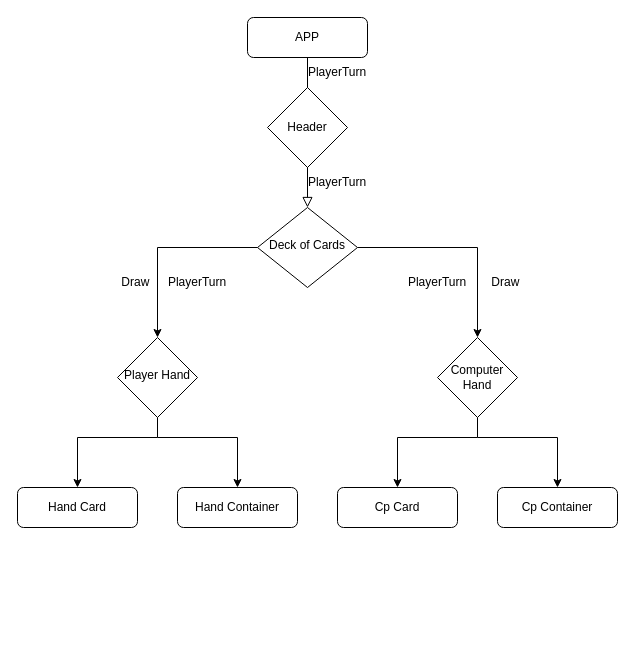
This is Untitled Diagram.drawio from djmcgrath/Go-Fish, a draw.io file, before an edit. Source tidied: cells renumbered, new cells numbered last; positions are measured from the earlier drawing's top-left corner, leaving out a move shared by most shapes. Both pictures are drawn from the tidied source at 100%, with x=0, y=0 at pixel (17, 17).
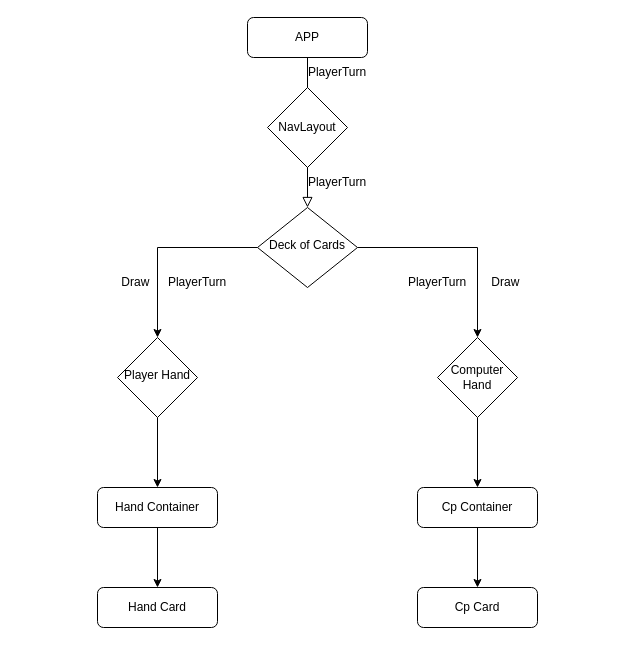
The same page after the edit.

Commit message:
Hopefully final diagram

The change refers to these unchanged cells:
```xml
<mxCell id="6" value="Player Hand" style="rhombus;whiteSpace=wrap;html=1;shadow=0;fontFamily=Helvetica;fontSize=12;align=center;strokeWidth=1;spacing=6;spacingTop=-4;" parent="1" vertex="1">
  <mxGeometry x="100" y="320" width="80" height="80" as="geometry" />
</mxCell>
<mxCell id="8" value="Computer Hand" style="rhombus;whiteSpace=wrap;html=1;" parent="1" vertex="1">
  <mxGeometry x="420" y="320" width="80" height="80" as="geometry" />
</mxCell>
```

Change to the diagram source:
```diff
@@
+    <mxCell id="25" style="edgeStyle=orthogonalEdgeStyle;rounded=0;jettySize=auto;html=1;" parent="1" edge="1" source="6" target="10">
+      <mxGeometry relative="1" as="geometry" />
+    </mxCell>
@@
     <mxCell id="7" value="Hand Card" style="rounded=1;whiteSpace=wrap;html=1;fontSize=12;glass=0;strokeWidth=1;shadow=0;" parent="1" vertex="1">
-      <mxGeometry y="470" width="120" height="40" as="geometry" />
+      <mxGeometry x="80" y="570" width="120" height="40" as="geometry" />
     </mxCell>
+    <mxCell id="26" style="edgeStyle=orthogonalEdgeStyle;rounded=0;jettySize=auto;html=1;" parent="1" edge="1" source="8" target="14">
+      <mxGeometry relative="1" as="geometry" />
+    </mxCell>
@@
-    <mxCell id="9" value="Header" style="rhombus;whiteSpace=wrap;html=1;" parent="1" vertex="1">
+    <mxCell id="9" value="NavLayout" style="rhombus;whiteSpace=wrap;html=1;" parent="1" vertex="1">
       <mxGeometry x="250" y="70" width="80" height="80" as="geometry" />
     </mxCell>
+    <mxCell id="27" style="edgeStyle=orthogonalEdgeStyle;rounded=0;jettySize=auto;html=1;" parent="1" edge="1" source="10" target="7">
+      <mxGeometry relative="1" as="geometry" />
+    </mxCell>
     <mxCell id="10" value="Hand Container" style="rounded=1;whiteSpace=wrap;html=1;fontSize=12;glass=0;strokeWidth=1;shadow=0;" parent="1" vertex="1">
-      <mxGeometry x="160" y="470" width="120" height="40" as="geometry" />
+      <mxGeometry x="80" y="470" width="120" height="40" as="geometry" />
     </mxCell>
-    <mxCell id="11" style="endArrow=classic;html=1;rounded=0;entryX=0.5;entryY=0;entryDx=0;entryDy=0;" parent="1" edge="1" target="10">
-      <mxGeometry relative="1" as="geometry">
-        <mxPoint x="140" y="420" as="sourcePoint" />
-        <Array as="points">
-          <mxPoint x="140" y="420" />
-          <mxPoint x="220" y="420" />
-        </Array>
-      </mxGeometry>
-    </mxCell>
     <mxCell id="12" value="Cp Card" style="rounded=1;whiteSpace=wrap;html=1;" parent="1" vertex="1">
-      <mxGeometry x="320" y="470" width="120" height="40" as="geometry" />
+      <mxGeometry x="400" y="570" width="120" height="40" as="geometry" />
     </mxCell>
-    <mxCell id="13" style="endArrow=classic;html=1;rounded=0;exitX=0.5;exitY=1;exitDx=0;exitDy=0;entryX=0.5;entryY=0;entryDx=0;entryDy=0;" parent="1" edge="1" source="8" target="12">
-      <mxGeometry relative="1" as="geometry">
-        <Array as="points">
-          <mxPoint x="460" y="420" />
-          <mxPoint x="380" y="420" />
-        </Array>
-      </mxGeometry>
-    </mxCell>
+    <mxCell id="28" style="edgeStyle=orthogonalEdgeStyle;rounded=0;jettySize=auto;html=1;" parent="1" edge="1" source="14" target="12">
+      <mxGeometry relative="1" as="geometry" />
+    </mxCell>
     <mxCell id="14" value="Cp Container" style="rounded=1;whiteSpace=wrap;html=1;" parent="1" vertex="1">
-      <mxGeometry x="480" y="470" width="120" height="40" as="geometry" />
+      <mxGeometry x="400" y="470" width="120" height="40" as="geometry" />
     </mxCell>
-    <mxCell id="15" style="endArrow=classic;html=1;rounded=0;entryX=0.5;entryY=0;entryDx=0;entryDy=0;" parent="1" edge="1" target="14">
-      <mxGeometry relative="1" as="geometry">
-        <mxPoint x="460" y="420" as="sourcePoint" />
-        <Array as="points">
-          <mxPoint x="540" y="420" />
-        </Array>
-      </mxGeometry>
-    </mxCell>
@@
-    <mxCell id="17" style="endArrow=classic;html=1;rounded=0;entryX=0.5;entryY=0;entryDx=0;entryDy=0;" parent="1" edge="1" target="7">
-      <mxGeometry relative="1" as="geometry">
-        <mxPoint x="140" y="420" as="sourcePoint" />
-        <Array as="points">
-          <mxPoint x="60" y="420" />
-        </Array>
-      </mxGeometry>
-    </mxCell>
-    <mxCell id="18" style="endArrow=none;html=1;rounded=0;entryX=0.5;entryY=1;entryDx=0;entryDy=0;" parent="1" edge="1" target="6">
-      <mxGeometry relative="1" as="geometry">
-        <mxPoint x="140" y="420" as="sourcePoint" />
-      </mxGeometry>
-    </mxCell>
```
